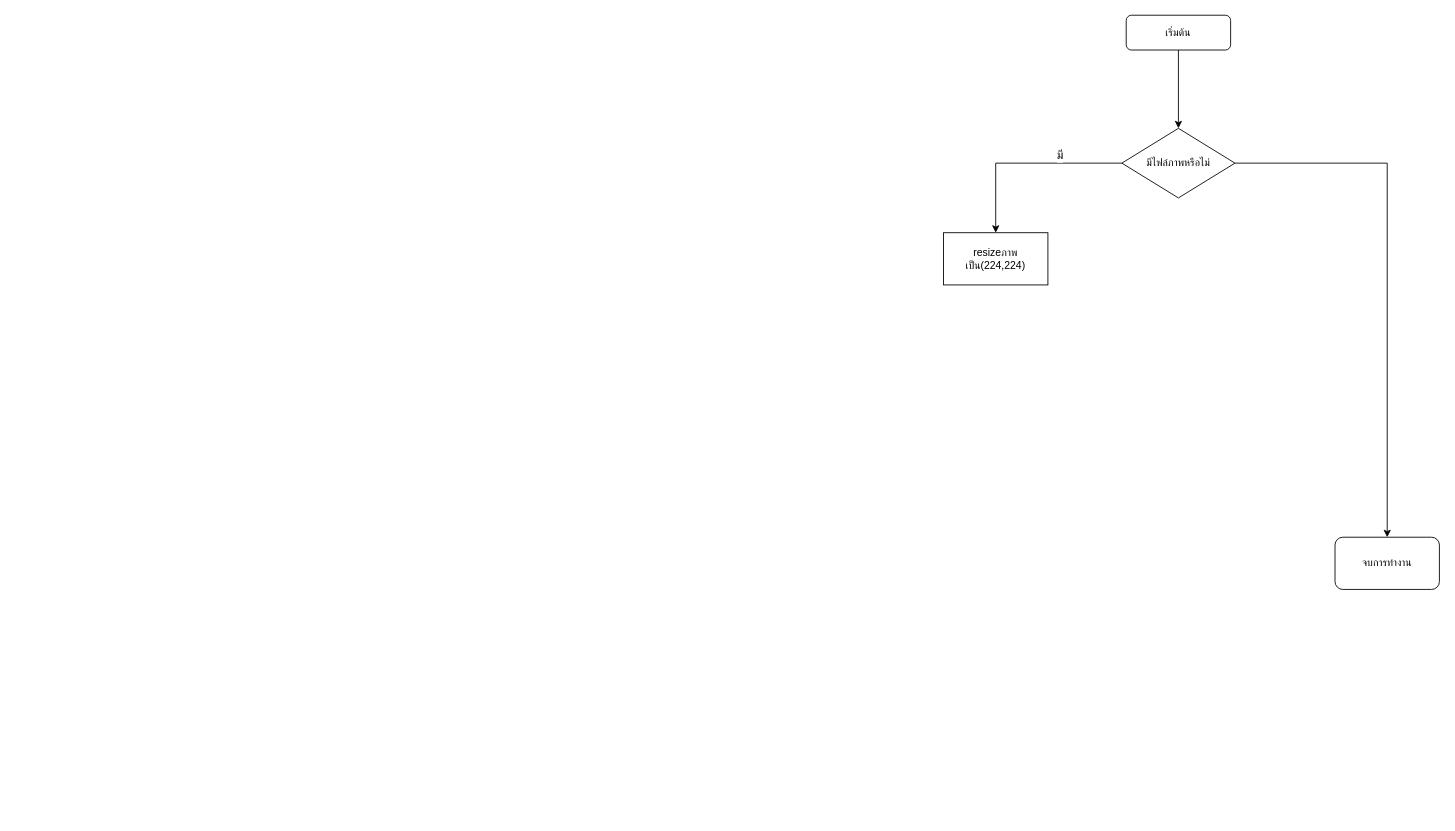
The draw.io diagram Untitled Diagram.drawio in alicelouis47/maengda-classification-detection, before the edit. Source tidied: cells renumbered, new cells numbered last; positions are measured from the earlier drawing's top-left corner, leaving out a move shared by most shapes. Both pictures are drawn from the tidied source at 87%, with x=0, y=0 at pixel (943, 15).
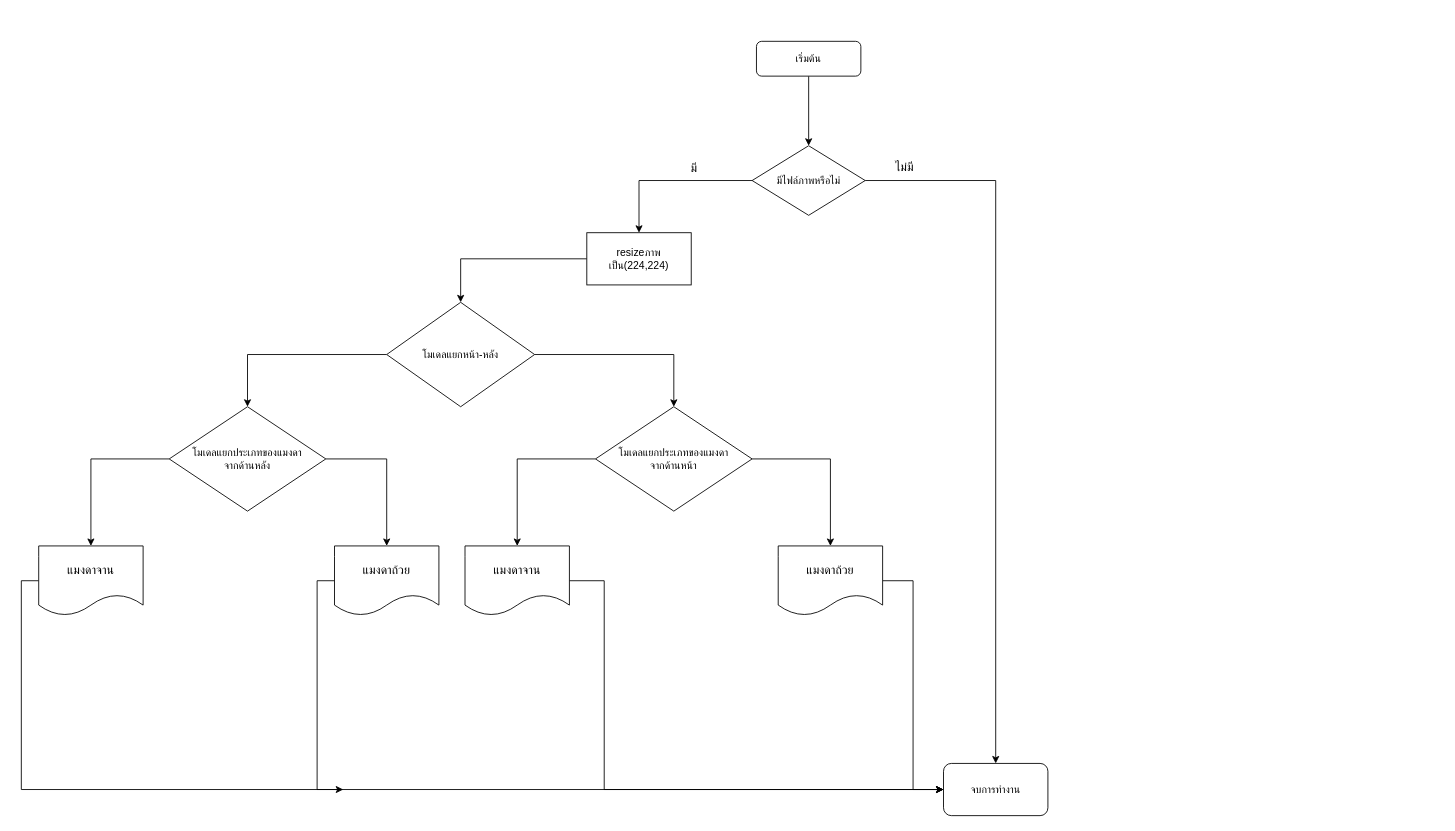
Above is the later version.

The change refers to these unchanged cells:
```xml
<mxCell id="4" style="edgeStyle=orthogonalEdgeStyle;rounded=0;jettySize=auto;html=1;" parent="1" edge="1" source="7" target="8">
  <mxGeometry relative="1" as="geometry" />
</mxCell>
```

Change to the diagram source:
```diff
@@
     <mxCell id="3" value="เริ่มต้น" style="rounded=1;whiteSpace=wrap;html=1;fontSize=12;glass=0;strokeWidth=1;shadow=0;" parent="1" vertex="1">
-      <mxGeometry x="210" width="120" height="40" as="geometry" />
+      <mxGeometry x="-215" y="30" width="120" height="40" as="geometry" />
     </mxCell>
@@
     <mxCell id="5" value="มี" style="edgeLabel;html=1;align=center;verticalAlign=middle;fontSize=14;" parent="4" vertex="1">
       <mxGeometry x="-0.74" relative="1" as="geometry">
-        <mxPoint x="-43" y="-10" as="offset" />
+        <mxPoint x="-43" y="-15" as="offset" />
       </mxGeometry>
     </mxCell>
@@
     <mxCell id="7" value="มีไฟล์ภาพหรือไม่" style="rhombus;whiteSpace=wrap;html=1;" parent="1" vertex="1">
-      <mxGeometry x="205" y="130" width="130" height="80" as="geometry" />
+      <mxGeometry x="-220" y="150" width="130" height="80" as="geometry" />
     </mxCell>
+    <mxCell id="10" style="edgeStyle=orthogonalEdgeStyle;rounded=0;jettySize=auto;html=1;fontSize=14;" parent="1" edge="1" source="8" target="14">
+      <mxGeometry relative="1" as="geometry" />
+    </mxCell>
     <mxCell id="8" value="resizeภาพเป็น(224,224)" style="whiteSpace=wrap;html=1;" parent="1" vertex="1">
-      <mxGeometry y="250" width="120" height="60" as="geometry" />
+      <mxGeometry x="-410" y="250" width="120" height="60" as="geometry" />
     </mxCell>
     <mxCell id="9" value="จบการทำงาน" style="rounded=1;whiteSpace=wrap;html=1;" parent="1" vertex="1">
-      <mxGeometry x="450" y="600" width="120" height="60" as="geometry" />
+      <mxGeometry y="860" width="120" height="60" as="geometry" />
     </mxCell>
+    <mxCell id="11" value="ไม่มี" style="text;html=1;align=center;verticalAlign=middle;strokeColor=none;fillColor=none;fontSize=14;" parent="1" vertex="1">
+      <mxGeometry x="-70" y="160" width="50" height="30" as="geometry" />
+    </mxCell>
+    <mxCell id="12" style="edgeStyle=orthogonalEdgeStyle;rounded=0;jettySize=auto;html=1;exitX=1;exitY=0.5;exitDx=0;exitDy=0;entryX=0.5;entryY=0;entryDx=0;entryDy=0;fontSize=14;" parent="1" edge="1" source="14" target="17">
+      <mxGeometry relative="1" as="geometry" />
+    </mxCell>
+    <mxCell id="13" style="edgeStyle=orthogonalEdgeStyle;rounded=0;jettySize=auto;html=1;exitX=0;exitY=0.5;exitDx=0;exitDy=0;entryX=0.5;entryY=0;entryDx=0;entryDy=0;fontSize=14;" parent="1" edge="1" source="14" target="21">
+      <mxGeometry relative="1" as="geometry" />
+    </mxCell>
+    <mxCell id="14" value="โมเดลแยกหน้า-หลัง" style="rhombus;whiteSpace=wrap;html=1;" parent="1" vertex="1">
+      <mxGeometry x="-640" y="330" width="170" height="120" as="geometry" />
+    </mxCell>
+    <mxCell id="15" style="edgeStyle=orthogonalEdgeStyle;rounded=0;jettySize=auto;html=1;exitX=0;exitY=0.5;exitDx=0;exitDy=0;entryX=0.5;entryY=0;entryDx=0;entryDy=0;fontSize=14;" parent="1" edge="1" source="17" target="25">
+      <mxGeometry relative="1" as="geometry" />
+    </mxCell>
+    <mxCell id="16" style="edgeStyle=orthogonalEdgeStyle;rounded=0;jettySize=auto;html=1;exitX=1;exitY=0.5;exitDx=0;exitDy=0;fontSize=14;" parent="1" edge="1" source="17" target="23">
+      <mxGeometry relative="1" as="geometry" />
+    </mxCell>
+    <mxCell id="17" value="โมเดลแยกประเภทของแมงดา&lt;br&gt;จากด้านหน้า" style="rhombus;whiteSpace=wrap;html=1;" parent="1" vertex="1">
+      <mxGeometry x="-400" y="450" width="180" height="120" as="geometry" />
+    </mxCell>
+    <mxCell id="18" style="edgeStyle=orthogonalEdgeStyle;rounded=0;orthogonalLoop=1;jettySize=auto;html=1;exitX=0.5;exitY=1;exitDx=0;exitDy=0;fontSize=14;" parent="1" edge="1" source="14" target="14">
+      <mxGeometry relative="1" as="geometry" />
+    </mxCell>
+    <mxCell id="19" style="edgeStyle=orthogonalEdgeStyle;rounded=0;jettySize=auto;html=1;exitX=1;exitY=0.5;exitDx=0;exitDy=0;fontSize=14;" parent="1" edge="1" source="21" target="27">
+      <mxGeometry relative="1" as="geometry" />
+    </mxCell>
+    <mxCell id="20" style="edgeStyle=orthogonalEdgeStyle;rounded=0;jettySize=auto;html=1;exitX=0;exitY=0.5;exitDx=0;exitDy=0;fontSize=14;" parent="1" edge="1" source="21" target="29">
+      <mxGeometry relative="1" as="geometry" />
+    </mxCell>
+    <mxCell id="21" value="โมเดลแยกประเภทของแมงดา&lt;br&gt;จากด้านหลัง" style="rhombus;whiteSpace=wrap;html=1;" parent="1" vertex="1">
+      <mxGeometry x="-890" y="450" width="180" height="120" as="geometry" />
+    </mxCell>
+    <mxCell id="22" style="edgeStyle=orthogonalEdgeStyle;rounded=0;jettySize=auto;html=1;exitX=1;exitY=0.5;exitDx=0;exitDy=0;entryX=0;entryY=0.5;entryDx=0;entryDy=0;fontSize=14;" parent="1" edge="1" source="23" target="9">
+      <mxGeometry relative="1" as="geometry" />
+    </mxCell>
+    <mxCell id="23" value="แมงดาถ้วย" style="shape=document;whiteSpace=wrap;html=1;boundedLbl=1;fontSize=14;" parent="1" vertex="1">
+      <mxGeometry x="-190" y="610" width="120" height="80" as="geometry" />
+    </mxCell>
+    <mxCell id="24" style="edgeStyle=orthogonalEdgeStyle;rounded=0;jettySize=auto;html=1;entryX=0;entryY=0.5;entryDx=0;entryDy=0;fontSize=14;" parent="1" edge="1" source="25" target="9">
+      <mxGeometry relative="1" as="geometry">
+        <Array as="points">
+          <mxPoint x="-390" y="650" />
+          <mxPoint x="-390" y="890" />
+        </Array>
+      </mxGeometry>
+    </mxCell>
+    <mxCell id="25" value="แมงดาจาน" style="shape=document;whiteSpace=wrap;html=1;boundedLbl=1;fontSize=14;" parent="1" vertex="1">
+      <mxGeometry x="-550" y="610" width="120" height="80" as="geometry" />
+    </mxCell>
+    <mxCell id="26" style="edgeStyle=orthogonalEdgeStyle;rounded=0;jettySize=auto;html=1;exitX=0;exitY=0.5;exitDx=0;exitDy=0;fontSize=14;" parent="1" edge="1" source="27">
+      <mxGeometry relative="1" as="geometry">
+        <mxPoint x="-690" y="890" as="targetPoint" />
+        <Array as="points">
+          <mxPoint x="-720" y="650" />
+          <mxPoint x="-720" y="890" />
+        </Array>
+      </mxGeometry>
+    </mxCell>
+    <mxCell id="27" value="แมงดาถ้วย" style="shape=document;whiteSpace=wrap;html=1;boundedLbl=1;fontSize=14;" parent="1" vertex="1">
+      <mxGeometry x="-700" y="610" width="120" height="80" as="geometry" />
+    </mxCell>
+    <mxCell id="28" style="edgeStyle=orthogonalEdgeStyle;rounded=0;jettySize=auto;html=1;exitX=0;exitY=0.5;exitDx=0;exitDy=0;entryX=0;entryY=0.5;entryDx=0;entryDy=0;fontSize=14;" parent="1" edge="1" source="29" target="9">
+      <mxGeometry relative="1" as="geometry" />
+    </mxCell>
+    <mxCell id="29" value="แมงดาจาน" style="shape=document;whiteSpace=wrap;html=1;boundedLbl=1;fontSize=14;" parent="1" vertex="1">
+      <mxGeometry x="-1040" y="610" width="120" height="80" as="geometry" />
+    </mxCell>
```
